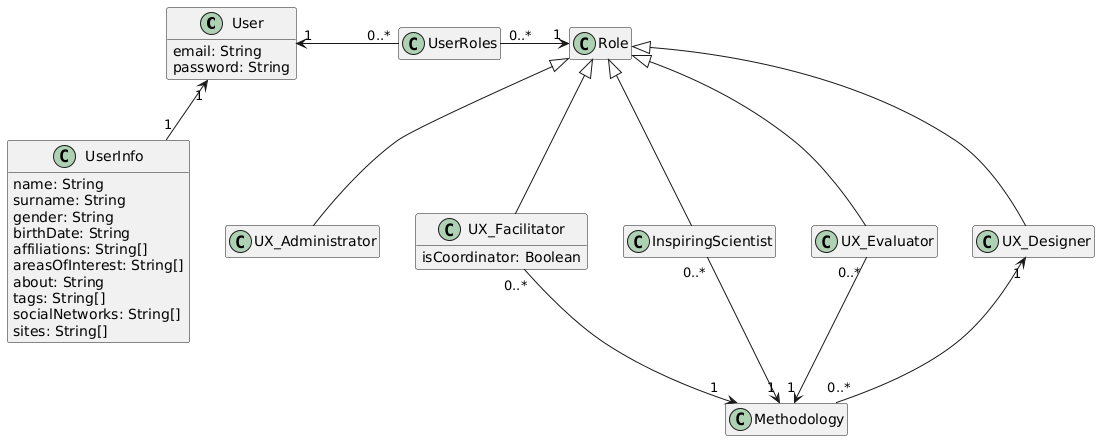
Before: docs/diagrams/domain/AppSciArt_roles.png, a diagram exported from PlantUML (sciart-org/AppSciArt). Its source is kept beside it as docs/diagrams/domain/AppSciArt_roles.iuml. Source of this version:
```plantuml
@startuml

hide empty members

User "1" <-- "1" UserInfo

class User {
  email: String
  password: String
}

class UserInfo {
  name: String
  surname: String
  gender: String
  birthDate: String
  affiliations: String[]
  areasOfInterest: String[]
  about: String
  tags: String[]
  socialNetworks: String[]
  sites: String[]
}

Role <|-- UX_Designer
Role <|-- UX_Administrator

Role <|-- UX_Facilitator
Role <|-- InspiringScientist
Role <|-- UX_Evaluator

UX_Facilitator "0..*" --> "1" Methodology
InspiringScientist "0..*" --> "1" Methodology
UX_Evaluator "0..*" --> "1" Methodology

UX_Designer "1" <-- "0..*" Methodology

class UX_Facilitator {
  isCoordinator: Boolean
}

User "1" <-right- "0..*" UserRoles
Role "1" <-left- "0..*" UserRoles

@enduml
```
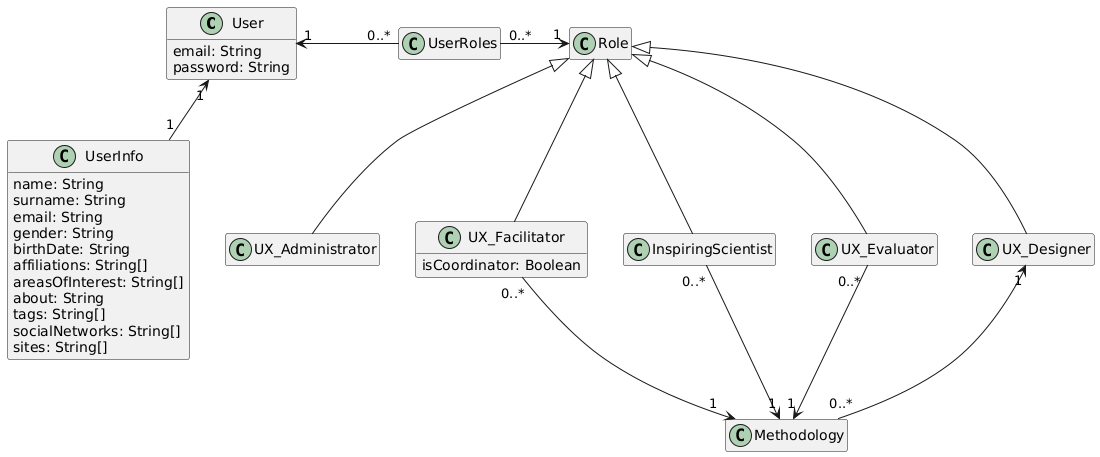
After the commit.

Commit message:
docs: minor changes on domain model diagrams

Change to the diagram source:
```diff
@@ -12,6 +12,7 @@
 class UserInfo {
   name: String
   surname: String
+  email: String
   gender: String
   birthDate: String
   affiliations: String[]
```
